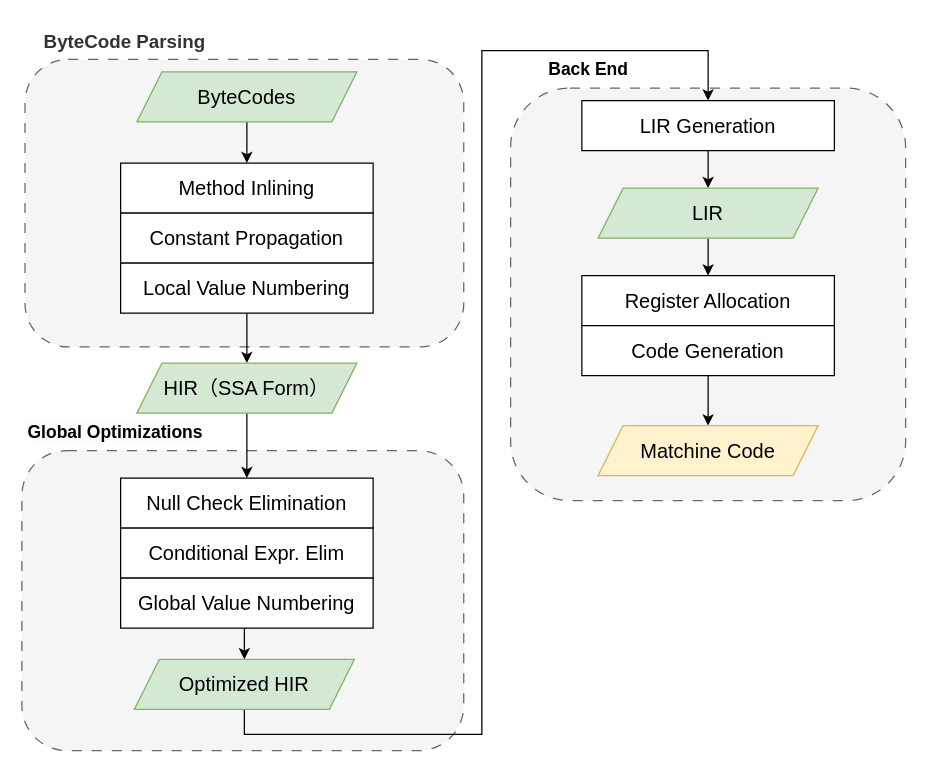
f123888/Draw.IO keeps this draw.io diagram as C1.drawio. Above is the earlier version. Source tidied: cells renumbered, new cells numbered last; positions are measured from the earlier drawing's top-left corner, leaving out a move shared by most shapes. Both pictures are drawn from the tidied source at 125%, with x=0, y=0 at pixel (21, 21).
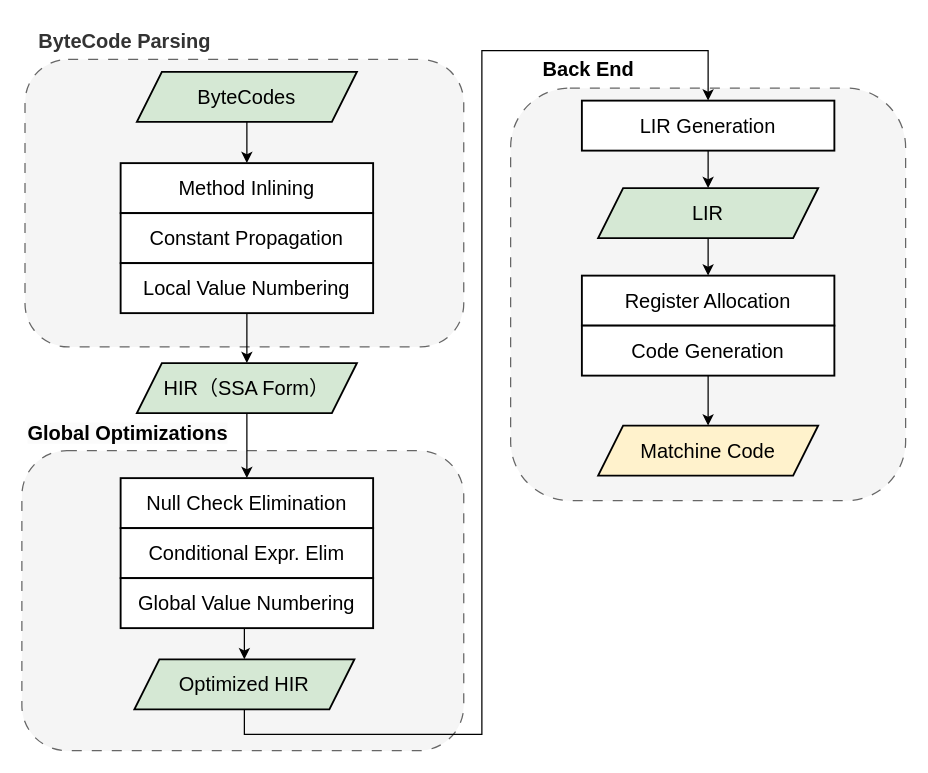
Above is the later version.

The edit, as a diff of the source:
```diff
@@
-    <mxCell id="6" value="&lt;font style=&quot;font-size: 16px;&quot;&gt;ByteCodes&lt;/font&gt;" style="shape=parallelogram;perimeter=parallelogramPerimeter;whiteSpace=wrap;html=1;fixedSize=1;fillColor=#d5e8d4;strokeColor=#82b366;" parent="1" vertex="1">
+    <mxCell id="6" value="&lt;font style=&quot;font-size: 16px;&quot;&gt;ByteCodes&lt;/font&gt;" style="shape=parallelogram;perimeter=parallelogramPerimeter;whiteSpace=wrap;html=1;fixedSize=1;fillColor=#d5e8d4;strokeColor=default;strokeWidth=1.5;" parent="1" vertex="1">
       <mxGeometry x="92" y="40" width="176" height="40" as="geometry" />
     </mxCell>
-    <mxCell id="7" value="&lt;font style=&quot;font-size: 16px;&quot;&gt;Method Inlining&lt;/font&gt;" style="rounded=0;whiteSpace=wrap;html=1;" parent="1" vertex="1">
+    <mxCell id="7" value="&lt;font style=&quot;font-size: 16px;&quot;&gt;Method Inlining&lt;/font&gt;" style="rounded=0;whiteSpace=wrap;html=1;strokeColor=default;strokeWidth=1.5;" parent="1" vertex="1">
       <mxGeometry x="79" y="113" width="202" height="40" as="geometry" />
     </mxCell>
-    <mxCell id="8" value="&lt;font style=&quot;font-size: 16px;&quot;&gt;Constant Propagation&lt;/font&gt;" style="rounded=0;whiteSpace=wrap;html=1;" parent="1" vertex="1">
+    <mxCell id="8" value="&lt;font style=&quot;font-size: 16px;&quot;&gt;Constant Propagation&lt;/font&gt;" style="rounded=0;whiteSpace=wrap;html=1;strokeColor=default;strokeWidth=1.5;" parent="1" vertex="1">
       <mxGeometry x="79" y="153" width="202" height="40" as="geometry" />
     </mxCell>
@@
-    <mxCell id="10" value="&lt;font style=&quot;font-size: 16px;&quot;&gt;Local Value Numbering&lt;/font&gt;" style="rounded=0;whiteSpace=wrap;html=1;" parent="1" vertex="1">
+    <mxCell id="10" value="&lt;font style=&quot;font-size: 16px;&quot;&gt;Local Value Numbering&lt;/font&gt;" style="rounded=0;whiteSpace=wrap;html=1;strokeColor=default;strokeWidth=1.5;" parent="1" vertex="1">
       <mxGeometry x="79" y="193" width="202" height="40" as="geometry" />
     </mxCell>
@@
-    <mxCell id="12" value="&lt;font style=&quot;font-size: 16px;&quot;&gt;HIR（SSA Form）&lt;/font&gt;" style="shape=parallelogram;perimeter=parallelogramPerimeter;whiteSpace=wrap;html=1;fixedSize=1;fillColor=#d5e8d4;strokeColor=#82b366;" parent="1" vertex="1">
+    <mxCell id="12" value="&lt;font style=&quot;font-size: 16px;&quot;&gt;HIR（SSA Form）&lt;/font&gt;" style="shape=parallelogram;perimeter=parallelogramPerimeter;whiteSpace=wrap;html=1;fixedSize=1;fillColor=#d5e8d4;strokeColor=default;strokeWidth=1.5;" parent="1" vertex="1">
       <mxGeometry x="92" y="273" width="176" height="40" as="geometry" />
     </mxCell>
-    <mxCell id="13" value="&lt;font style=&quot;font-size: 16px;&quot;&gt;Null Check Elimination&lt;/font&gt;" style="rounded=0;whiteSpace=wrap;html=1;" parent="1" vertex="1">
+    <mxCell id="13" value="&lt;font style=&quot;font-size: 16px;&quot;&gt;Null Check Elimination&lt;/font&gt;" style="rounded=0;whiteSpace=wrap;html=1;strokeColor=default;strokeWidth=1.5;" parent="1" vertex="1">
       <mxGeometry x="79" y="365" width="202" height="40" as="geometry" />
     </mxCell>
-    <mxCell id="14" value="&lt;font style=&quot;font-size: 16px;&quot;&gt;Conditional Expr. Elim&lt;/font&gt;" style="rounded=0;whiteSpace=wrap;html=1;" parent="1" vertex="1">
+    <mxCell id="14" value="&lt;font style=&quot;font-size: 16px;&quot;&gt;Conditional Expr. Elim&lt;/font&gt;" style="rounded=0;whiteSpace=wrap;html=1;strokeColor=default;strokeWidth=1.5;" parent="1" vertex="1">
       <mxGeometry x="79" y="405" width="202" height="40" as="geometry" />
     </mxCell>
@@
-    <mxCell id="16" value="&lt;font style=&quot;font-size: 16px;&quot;&gt;Global Value Numbering&lt;/font&gt;" style="rounded=0;whiteSpace=wrap;html=1;" parent="1" vertex="1">
+    <mxCell id="16" value="&lt;font style=&quot;font-size: 16px;&quot;&gt;Global Value Numbering&lt;/font&gt;" style="rounded=0;whiteSpace=wrap;html=1;strokeColor=default;strokeWidth=1.5;" parent="1" vertex="1">
       <mxGeometry x="79" y="445" width="202" height="40" as="geometry" />
     </mxCell>
@@
-    <mxCell id="18" value="&lt;font style=&quot;font-size: 16px;&quot;&gt;Optimized HIR&lt;/font&gt;" style="shape=parallelogram;perimeter=parallelogramPerimeter;whiteSpace=wrap;html=1;fixedSize=1;fillColor=#d5e8d4;strokeColor=#82b366;" parent="1" vertex="1">
+    <mxCell id="18" value="&lt;font style=&quot;font-size: 16px;&quot;&gt;Optimized HIR&lt;/font&gt;" style="shape=parallelogram;perimeter=parallelogramPerimeter;whiteSpace=wrap;html=1;fixedSize=1;fillColor=#d5e8d4;strokeColor=default;strokeWidth=1.5;" parent="1" vertex="1">
       <mxGeometry x="90" y="510" width="176" height="40" as="geometry" />
     </mxCell>
@@
-    <mxCell id="20" value="&lt;font style=&quot;font-size: 16px;&quot;&gt;LIR Generation&lt;/font&gt;" style="rounded=0;whiteSpace=wrap;html=1;" parent="1" vertex="1">
+    <mxCell id="20" value="&lt;font style=&quot;font-size: 16px;&quot;&gt;LIR Generation&lt;/font&gt;" style="rounded=0;whiteSpace=wrap;html=1;strokeColor=default;strokeWidth=1.5;" parent="1" vertex="1">
       <mxGeometry x="448" y="63" width="202" height="40" as="geometry" />
     </mxCell>
@@
-    <mxCell id="22" value="&lt;font style=&quot;font-size: 16px;&quot;&gt;LIR&lt;/font&gt;" style="shape=parallelogram;perimeter=parallelogramPerimeter;whiteSpace=wrap;html=1;fixedSize=1;fillColor=#d5e8d4;strokeColor=#82b366;" parent="1" vertex="1">
+    <mxCell id="22" value="&lt;font style=&quot;font-size: 16px;&quot;&gt;LIR&lt;/font&gt;" style="shape=parallelogram;perimeter=parallelogramPerimeter;whiteSpace=wrap;html=1;fixedSize=1;fillColor=#d5e8d4;strokeColor=default;strokeWidth=1.5;" parent="1" vertex="1">
       <mxGeometry x="461" y="133" width="176" height="40" as="geometry" />
     </mxCell>
-    <mxCell id="23" value="&lt;font style=&quot;font-size: 16px;&quot;&gt;Register Allocation&lt;/font&gt;" style="rounded=0;whiteSpace=wrap;html=1;" parent="1" vertex="1">
+    <mxCell id="23" value="&lt;font style=&quot;font-size: 16px;&quot;&gt;Register Allocation&lt;/font&gt;" style="rounded=0;whiteSpace=wrap;html=1;strokeColor=default;strokeWidth=1.5;" parent="1" vertex="1">
       <mxGeometry x="448" y="203" width="202" height="40" as="geometry" />
     </mxCell>
@@
-    <mxCell id="25" value="&lt;font style=&quot;font-size: 16px;&quot;&gt;Code&amp;nbsp;&lt;/font&gt;&lt;span style=&quot;font-size: 16px;&quot;&gt;Generation&lt;/span&gt;" style="rounded=0;whiteSpace=wrap;html=1;" parent="1" vertex="1">
+    <mxCell id="25" value="&lt;font style=&quot;font-size: 16px;&quot;&gt;Code&amp;nbsp;&lt;/font&gt;&lt;span style=&quot;font-size: 16px;&quot;&gt;Generation&lt;/span&gt;" style="rounded=0;whiteSpace=wrap;html=1;strokeColor=default;strokeWidth=1.5;" parent="1" vertex="1">
       <mxGeometry x="448" y="243" width="202" height="40" as="geometry" />
     </mxCell>
-    <mxCell id="26" value="&lt;font style=&quot;font-size: 16px;&quot;&gt;Matchine Code&lt;/font&gt;" style="shape=parallelogram;perimeter=parallelogramPerimeter;whiteSpace=wrap;html=1;fixedSize=1;fillColor=#fff2cc;strokeColor=#d6b656;" parent="1" vertex="1">
+    <mxCell id="26" value="&lt;font style=&quot;font-size: 16px;&quot;&gt;Matchine Code&lt;/font&gt;" style="shape=parallelogram;perimeter=parallelogramPerimeter;whiteSpace=wrap;html=1;fixedSize=1;fillColor=#fff2cc;strokeColor=default;strokeWidth=1.5;" parent="1" vertex="1">
       <mxGeometry x="461" y="323" width="176" height="40" as="geometry" />
     </mxCell>
-    <mxCell id="27" value="&lt;font style=&quot;font-size: 15px;&quot;&gt;&lt;font style=&quot;color: rgb(51, 51, 51); text-align: left; text-wrap-mode: wrap;&quot;&gt;ByteCode&amp;nbsp;&lt;/font&gt;&lt;span style=&quot;color: light-dark(rgb(51, 51, 51), rgb(193, 193, 193)); text-align: left; text-wrap-mode: wrap; background-color: transparent;&quot;&gt;Parsing&lt;/span&gt;&lt;/font&gt;" style="text;html=1;align=center;verticalAlign=middle;strokeColor=none;fillColor=none;fontSize=14;fontStyle=1;" parent="1" vertex="1">
-      <mxGeometry x="12" width="140" height="30" as="geometry" />
+    <mxCell id="27" value="&lt;font face=&quot;Helvetica&quot; style=&quot;font-size: 16px;&quot;&gt;&lt;font style=&quot;color: rgb(51, 51, 51); text-align: left; text-wrap-mode: wrap;&quot;&gt;ByteCode&amp;nbsp;&lt;/font&gt;&lt;span style=&quot;color: light-dark(rgb(51, 51, 51), rgb(193, 193, 193)); text-align: left; text-wrap-mode: wrap; background-color: transparent;&quot;&gt;Parsing&lt;/span&gt;&lt;/font&gt;" style="text;html=1;align=center;verticalAlign=middle;strokeColor=none;fillColor=none;fontSize=14;fontStyle=1;" parent="1" vertex="1">
+      <mxGeometry x="7" width="150" height="30" as="geometry" />
     </mxCell>
-    <mxCell id="28" value="&lt;span&gt;&lt;span&gt;&lt;font style=&quot;forced-color-adjust: none; color: rgb(0, 0, 0); font-family: Helvetica; font-style: normal; font-variant-ligatures: normal; font-variant-caps: normal; letter-spacing: normal; orphans: 2; text-align: left; text-indent: 0px; text-transform: none; widows: 2; word-spacing: 0px; -webkit-text-stroke-width: 0px; white-space: normal; background-color: rgb(251, 251, 251); text-decoration-thickness: initial; text-decoration-style: initial; text-decoration-color: initial;&quot;&gt;&lt;span style=&quot;forced-color-adjust: none;&quot;&gt;Global&amp;nbsp;&lt;/span&gt;&lt;/font&gt;&lt;span style=&quot;background-color: light-dark(rgb(251, 251, 251), rgb(21, 21, 21)); color: light-dark(rgb(0, 0, 0), rgb(237, 237, 237));&quot;&gt;Optimizations&lt;/span&gt;&lt;/span&gt;&lt;/span&gt;" style="text;whiteSpace=wrap;html=1;fontStyle=1;fontSize=14;" parent="1" vertex="1">
+    <mxCell id="28" value="&lt;span&gt;&lt;span&gt;&lt;font style=&quot;font-size: 16px;&quot;&gt;&lt;font style=&quot;forced-color-adjust: none; color: rgb(0, 0, 0); font-family: Helvetica; font-style: normal; font-variant-ligatures: normal; font-variant-caps: normal; letter-spacing: normal; orphans: 2; text-align: left; text-indent: 0px; text-transform: none; widows: 2; word-spacing: 0px; -webkit-text-stroke-width: 0px; white-space: normal; background-color: rgb(251, 251, 251); text-decoration-thickness: initial; text-decoration-style: initial; text-decoration-color: initial;&quot;&gt;&lt;span style=&quot;forced-color-adjust: none;&quot;&gt;Global&amp;nbsp;&lt;/span&gt;&lt;/font&gt;&lt;span style=&quot;background-color: light-dark(rgb(251, 251, 251), rgb(21, 21, 21)); color: light-dark(rgb(0, 0, 0), rgb(237, 237, 237));&quot;&gt;Optimizations&lt;/span&gt;&lt;/font&gt;&lt;/span&gt;&lt;/span&gt;" style="text;whiteSpace=wrap;html=1;fontStyle=1;fontSize=14;" parent="1" vertex="1">
       <mxGeometry x="3.2" y="313" width="154.8" height="30" as="geometry" />
     </mxCell>
-    <mxCell id="29" value="&lt;b&gt;&lt;font style=&quot;font-size: 14px;&quot;&gt;Back&amp;nbsp;End&lt;/font&gt;&lt;/b&gt;" style="text;html=1;align=center;verticalAlign=middle;strokeColor=none;fillColor=none;" parent="1" vertex="1">
-      <mxGeometry x="408" y="23" width="90" height="30" as="geometry" />
+    <mxCell id="29" value="&lt;b&gt;&lt;font style=&quot;font-size: 16px;&quot;&gt;Back&amp;nbsp;End&lt;/font&gt;&lt;/b&gt;" style="text;html=1;align=center;verticalAlign=middle;strokeColor=none;fillColor=none;" parent="1" vertex="1">
+      <mxGeometry x="403" y="23" width="100" height="30" as="geometry" />
     </mxCell>
```
